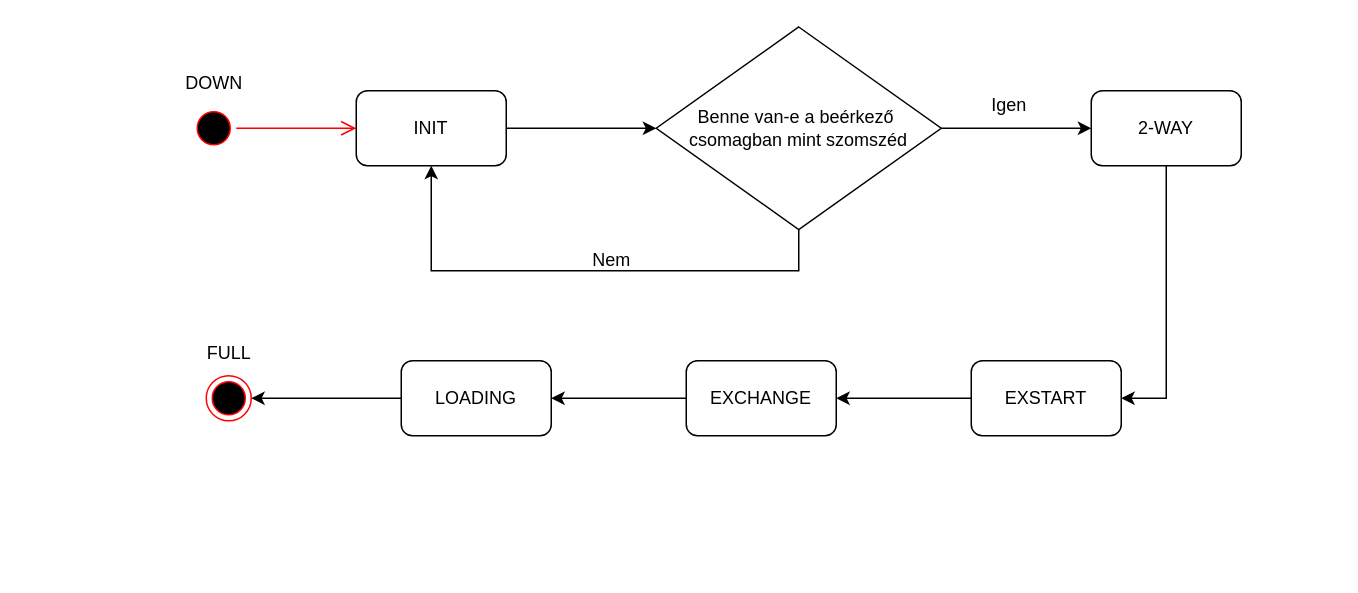
Above: page "allapot_atmenet_diagram" (4 of 5) of documentation/abrak.drawio in x3gan/thesis (draw.io), before the change. Source tidied: cells renumbered, new cells numbered last; positions are measured from the earlier drawing's top-left corner, leaving out a move shared by most shapes. Both pictures are drawn from the tidied source at 150%, with x=0, y=0 at pixel (168, 27).
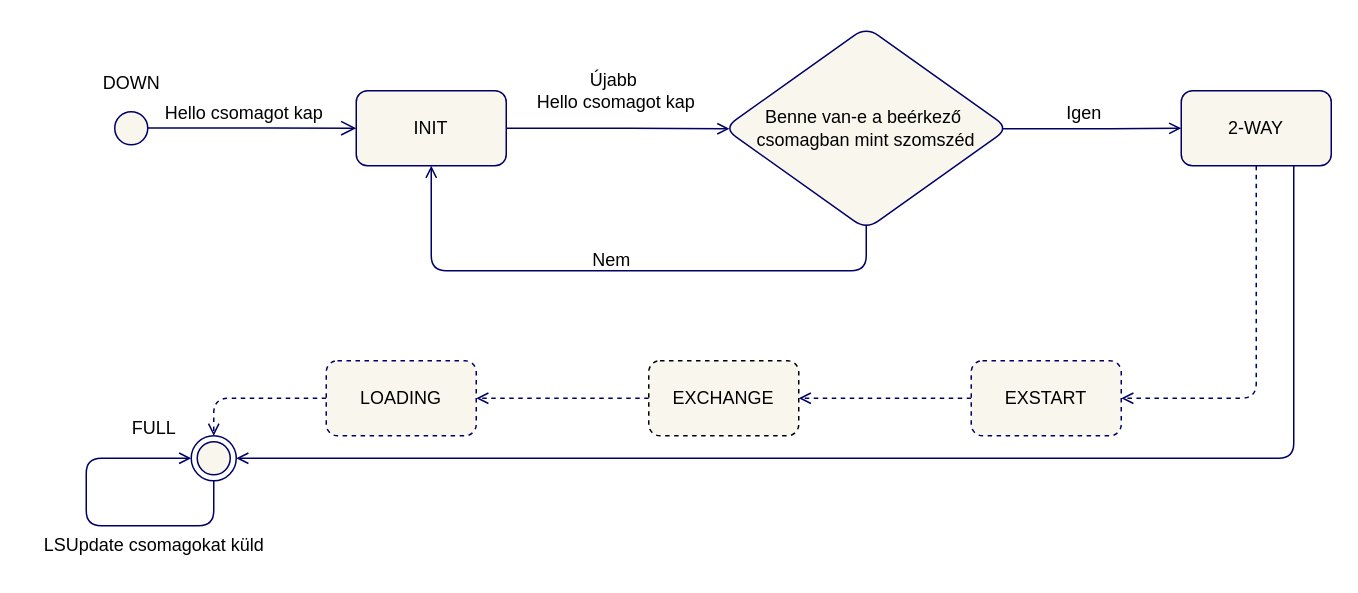
The same diagram, later.

The edit, as a diff of the source:
```diff
@@
-    <mxCell id="2" style="edgeStyle=orthogonalEdgeStyle;html=1;verticalAlign=bottom;endArrow=open;endSize=8;strokeColor=#ff0000;rounded=0;entryX=0;entryY=0.5;entryDx=0;entryDy=0;" parent="1" edge="1" source="15" target="4">
+    <mxCell id="2" style="edgeStyle=orthogonalEdgeStyle;html=1;verticalAlign=middle;endArrow=open;endSize=8;rounded=1;entryX=0;entryY=0.5;entryDx=0;entryDy=0;fillColor=#f9f7ed;exitX=0.86;exitY=0.492;exitDx=0;exitDy=0;exitPerimeter=0;strokeColor=#000066;align=center;fontFamily=Helvetica;fontSize=12;fontColor=default;" parent="1" edge="1" source="15" target="4">
       <mxGeometry relative="1" as="geometry" />
     </mxCell>
-    <mxCell id="3" style="edgeStyle=orthogonalEdgeStyle;rounded=0;jettySize=auto;html=1;entryX=0;entryY=0.5;entryDx=0;entryDy=0;" parent="1" edge="1" source="4" target="5">
+    <mxCell id="3" style="edgeStyle=orthogonalEdgeStyle;rounded=1;jettySize=auto;html=1;entryX=0.02;entryY=0.503;entryDx=0;entryDy=0;fillColor=#f9f7ed;strokeColor=#000066;align=center;verticalAlign=middle;fontFamily=Helvetica;fontSize=12;fontColor=default;entryPerimeter=0;endArrow=open;endFill=0;" parent="1" edge="1" source="4" target="5">
       <mxGeometry relative="1" as="geometry" />
     </mxCell>
-    <mxCell id="4" value="INIT" style="rounded=1;whiteSpace=wrap;html=1;" parent="1" vertex="1">
+    <mxCell id="4" value="INIT" style="rounded=1;whiteSpace=wrap;html=1;fillColor=#f9f7ed;strokeColor=#000066;" parent="1" vertex="1">
       <mxGeometry x="125" y="42" width="100" height="50" as="geometry" />
     </mxCell>
-    <mxCell id="5" value="Benne van-e a beérkező&amp;nbsp;&lt;div&gt;csomagban mint szomszéd&lt;/div&gt;" style="rhombus;whiteSpace=wrap;html=1;" parent="1" vertex="1">
-      <mxGeometry x="325" y="-0.5" width="190" height="135" as="geometry" />
+    <mxCell id="5" value="Benne van-e a beérkező&amp;nbsp;&lt;div&gt;csomagban mint szomszéd&lt;/div&gt;" style="rhombus;whiteSpace=wrap;html=1;fillColor=#f9f7ed;rounded=1;strokeColor=#000066;align=center;verticalAlign=middle;fontFamily=Helvetica;fontSize=12;fontColor=default;" parent="1" vertex="1">
+      <mxGeometry x="370" y="-0.5" width="190" height="135" as="geometry" />
     </mxCell>
-    <mxCell id="6" style="edgeStyle=orthogonalEdgeStyle;rounded=0;jettySize=auto;html=1;" parent="1" edge="1" source="7" target="13">
+    <mxCell id="6" style="edgeStyle=orthogonalEdgeStyle;rounded=1;jettySize=auto;html=1;fillColor=#f9f7ed;strokeColor=#000066;align=center;verticalAlign=middle;fontFamily=Helvetica;fontSize=12;fontColor=default;dashed=1;endArrow=open;endFill=0;" parent="1" edge="1" source="7" target="13">
       <mxGeometry relative="1" as="geometry" />
     </mxCell>
-    <mxCell id="7" value="EXCHANGE" style="rounded=1;whiteSpace=wrap;html=1;" parent="1" vertex="1">
-      <mxGeometry x="345" y="222" width="100" height="50" as="geometry" />
+    <mxCell id="7" value="EXCHANGE" style="rounded=1;whiteSpace=wrap;html=1;fillColor=#f9f7ed;strokeColor=default;align=center;verticalAlign=middle;fontFamily=Helvetica;fontSize=12;fontColor=default;dashed=1;" parent="1" vertex="1">
+      <mxGeometry x="320" y="222" width="100" height="50" as="geometry" />
     </mxCell>
-    <mxCell id="8" style="edgeStyle=orthogonalEdgeStyle;rounded=0;jettySize=auto;html=1;entryX=1;entryY=0.5;entryDx=0;entryDy=0;" parent="1" edge="1" source="9" target="7">
+    <mxCell id="8" style="edgeStyle=orthogonalEdgeStyle;rounded=1;jettySize=auto;html=1;entryX=1;entryY=0.5;entryDx=0;entryDy=0;fillColor=#f9f7ed;strokeColor=#000066;align=center;verticalAlign=middle;fontFamily=Helvetica;fontSize=12;fontColor=default;dashed=1;endArrow=open;endFill=0;" parent="1" edge="1" source="9" target="7">
       <mxGeometry relative="1" as="geometry" />
     </mxCell>
-    <mxCell id="9" value="EXSTART" style="rounded=1;whiteSpace=wrap;html=1;" parent="1" vertex="1">
+    <mxCell id="9" value="EXSTART" style="rounded=1;whiteSpace=wrap;html=1;fillColor=#f9f7ed;strokeColor=#000066;align=center;verticalAlign=middle;fontFamily=Helvetica;fontSize=12;fontColor=default;gradientColor=none;dashed=1;" parent="1" vertex="1">
       <mxGeometry x="535" y="222" width="100" height="50" as="geometry" />
     </mxCell>
-    <mxCell id="10" style="edgeStyle=orthogonalEdgeStyle;rounded=0;jettySize=auto;html=1;entryX=1;entryY=0.5;entryDx=0;entryDy=0;" parent="1" edge="1" source="11" target="9">
-      <mxGeometry relative="1" as="geometry" />
+    <mxCell id="10" style="edgeStyle=orthogonalEdgeStyle;rounded=1;jettySize=auto;html=1;entryX=1;entryY=0.5;entryDx=0;entryDy=0;fillColor=#f9f7ed;strokeColor=#000066;align=center;verticalAlign=middle;fontFamily=Helvetica;fontSize=12;fontColor=default;dashed=1;endArrow=open;endFill=0;" parent="1" edge="1" source="11" target="9">
+      <mxGeometry relative="1" as="geometry">
+        <Array as="points">
+          <mxPoint x="725" y="247" />
+        </Array>
+      </mxGeometry>
     </mxCell>
-    <mxCell id="11" value="2-WAY" style="rounded=1;whiteSpace=wrap;html=1;" parent="1" vertex="1">
-      <mxGeometry x="615" y="42" width="100" height="50" as="geometry" />
+    <mxCell id="11" value="2-WAY" style="rounded=1;whiteSpace=wrap;html=1;fillColor=#f9f7ed;strokeColor=#000066;align=center;verticalAlign=middle;fontFamily=Helvetica;fontSize=12;fontColor=default;" parent="1" vertex="1">
+      <mxGeometry x="675" y="42" width="100" height="50" as="geometry" />
     </mxCell>
-    <mxCell id="12" style="edgeStyle=orthogonalEdgeStyle;rounded=0;jettySize=auto;html=1;entryX=1;entryY=0.5;entryDx=0;entryDy=0;" parent="1" edge="1" source="13" target="18">
+    <mxCell id="12" style="edgeStyle=orthogonalEdgeStyle;rounded=1;jettySize=auto;html=1;entryX=0.5;entryY=0;entryDx=0;entryDy=0;fillColor=#f9f7ed;strokeColor=#000066;align=center;verticalAlign=middle;fontFamily=Helvetica;fontSize=12;fontColor=default;dashed=1;endArrow=open;endFill=0;" parent="1" edge="1" source="13" target="18">
       <mxGeometry relative="1" as="geometry" />
     </mxCell>
-    <mxCell id="13" value="LOADING" style="rounded=1;whiteSpace=wrap;html=1;" parent="1" vertex="1">
-      <mxGeometry x="155" y="222" width="100" height="50" as="geometry" />
+    <mxCell id="13" value="LOADING" style="rounded=1;whiteSpace=wrap;html=1;fillColor=#f9f7ed;strokeColor=#000066;align=center;verticalAlign=middle;fontFamily=Helvetica;fontSize=12;fontColor=default;dashed=1;" parent="1" vertex="1">
+      <mxGeometry x="105" y="222" width="100" height="50" as="geometry" />
     </mxCell>
-    <mxCell id="14" style="group;" parent="1" vertex="1">
-      <mxGeometry y="22" width="60" height="60" as="geometry" />
+    <mxCell id="14" style="group;fillColor=none;" parent="1" vertex="1">
+      <mxGeometry x="-55" y="22" width="60" height="60" as="geometry" />
     </mxCell>
-    <mxCell id="15" style="ellipse;html=1;shape=startState;fillColor=#000000;strokeColor=#ff0000;" parent="14" vertex="1">
+    <mxCell id="15" style="ellipse;html=1;shape=startState;fillColor=#f9f7ed;strokeColor=#000066;rounded=1;align=center;verticalAlign=middle;fontFamily=Helvetica;fontSize=12;fontColor=default;" parent="14" vertex="1">
       <mxGeometry x="15" y="30" width="30" height="30" as="geometry" />
     </mxCell>
-    <mxCell id="16" value="DOWN" style="text;html=1;align=center;verticalAlign=middle;strokeColor=none;fillColor=none;" parent="14" vertex="1">
+    <mxCell id="16" value="DOWN" style="text;html=1;align=center;verticalAlign=middle;fillColor=none;" parent="14" vertex="1">
       <mxGeometry width="60" height="30" as="geometry" />
     </mxCell>
-    <mxCell id="17" style="group;" parent="1" vertex="1">
-      <mxGeometry x="15" y="202" width="50" height="60" as="geometry" />
-    </mxCell>
-    <mxCell id="18" style="ellipse;html=1;shape=endState;fillColor=#000000;strokeColor=#ff0000;" parent="17" vertex="1">
-      <mxGeometry x="10" y="30" width="30" height="30" as="geometry" />
-    </mxCell>
-    <mxCell id="19" value="FULL" style="text;html=1;align=center;verticalAlign=middle;strokeColor=none;fillColor=none;" parent="17" vertex="1">
-      <mxGeometry width="50" height="30" as="geometry" />
-    </mxCell>
-    <mxCell id="20" style="group;" parent="1" vertex="1">
+    <mxCell id="20" style="group;fillColor=none;" parent="1" vertex="1">
       <mxGeometry x="175" y="140" width="245" height="30" as="geometry" />
     </mxCell>
-    <mxCell id="21" style="edgeStyle=orthogonalEdgeStyle;rounded=0;jettySize=auto;html=1;entryX=0.5;entryY=1;entryDx=0;entryDy=0;" parent="20" edge="1" source="5" target="4">
+    <mxCell id="21" style="edgeStyle=orthogonalEdgeStyle;rounded=1;jettySize=auto;html=1;entryX=0.5;entryY=1;entryDx=0;entryDy=0;fillColor=#f9f7ed;strokeColor=#000066;align=center;verticalAlign=middle;fontFamily=Helvetica;fontSize=12;fontColor=default;exitX=0.5;exitY=0.976;exitDx=0;exitDy=0;exitPerimeter=0;endArrow=open;endFill=0;" parent="20" edge="1" source="5" target="4">
       <mxGeometry relative="1" as="geometry">
         <Array as="points">
-          <mxPoint x="245" y="22" />
+          <mxPoint x="290" y="22" />
           <mxPoint y="22" />
         </Array>
       </mxGeometry>
     </mxCell>
-    <mxCell id="22" value="Nem" style="text;html=1;align=center;verticalAlign=middle;strokeColor=none;fillColor=none;" parent="20" vertex="1">
+    <mxCell id="22" value="Nem" style="text;html=1;align=center;verticalAlign=middle;fillColor=none;" parent="20" vertex="1">
       <mxGeometry x="95" width="50" height="30" as="geometry" />
     </mxCell>
-    <mxCell id="23" style="group;" parent="1" vertex="1">
-      <mxGeometry x="535" y="37" width="50" height="30" as="geometry" />
-    </mxCell>
+    <mxCell id="26" style="endArrow=open;html=1;rounded=1;exitX=0.75;exitY=1;exitDx=0;exitDy=0;entryX=1;entryY=0.5;entryDx=0;entryDy=0;strokeColor=#000066;align=center;verticalAlign=middle;fontFamily=Helvetica;fontSize=12;fontColor=default;labelBackgroundColor=default;fillColor=#f9f7ed;endFill=0;curved=0;" parent="1" edge="1" source="11" target="18">
+      <mxGeometry relative="1" as="geometry">
+        <Array as="points">
+          <mxPoint x="750" y="287" />
+          <mxPoint x="685" y="287" />
+        </Array>
+      </mxGeometry>
+    </mxCell>
+    <mxCell id="27" value="Hello csomagot kap" style="text;html=1;align=center;verticalAlign=middle;strokeColor=none;fillColor=none;" parent="1" vertex="1">
+      <mxGeometry x="-15" y="42" width="130" height="30" as="geometry" />
+    </mxCell>
+    <mxCell id="28" value="Újabb&amp;nbsp;&lt;div&gt;Hello csomagot kap&lt;/div&gt;" style="text;html=1;align=center;verticalAlign=middle;strokeColor=none;fillColor=none;" parent="1" vertex="1">
+      <mxGeometry x="232.5" y="22" width="130" height="40" as="geometry" />
+    </mxCell>
+    <mxCell id="25" value="Igen" style="text;html=1;align=center;verticalAlign=middle;strokeColor=none;fillColor=none;" parent="1" vertex="1">
+      <mxGeometry x="585" y="42" width="50" height="30" as="geometry" />
+    </mxCell>
-    <mxCell id="24" style="edgeStyle=orthogonalEdgeStyle;rounded=0;jettySize=auto;html=1;exitX=1;exitY=0.5;exitDx=0;exitDy=0;" parent="23" edge="1" source="5" target="11">
+    <mxCell id="24" style="edgeStyle=orthogonalEdgeStyle;rounded=1;jettySize=auto;html=1;fillColor=#f9f7ed;strokeColor=#000066;align=center;verticalAlign=middle;fontFamily=Helvetica;fontSize=12;fontColor=default;endArrow=open;endFill=0;exitX=0.976;exitY=0.503;exitDx=0;exitDy=0;exitPerimeter=0;entryX=0;entryY=0.5;entryDx=0;entryDy=0;" parent="1" edge="1" source="5" target="11">
       <mxGeometry relative="1" as="geometry" />
     </mxCell>
-    <mxCell id="25" value="Igen" style="text;html=1;align=center;verticalAlign=middle;strokeColor=none;fillColor=none;" parent="23" vertex="1">
-      <mxGeometry width="50" height="30" as="geometry" />
-    </mxCell>
+    <mxCell id="18" style="ellipse;html=1;shape=endState;fillColor=#f9f7ed;rounded=1;strokeColor=#000066;align=center;verticalAlign=middle;fontFamily=Helvetica;fontSize=12;fontColor=default;" parent="1" vertex="1">
+      <mxGeometry x="15" y="272" width="30" height="30" as="geometry" />
+    </mxCell>
+    <mxCell id="19" value="FULL" style="text;html=1;align=center;verticalAlign=middle;fillColor=none;" parent="1" vertex="1">
+      <mxGeometry x="-35" y="252" width="50" height="30" as="geometry" />
+    </mxCell>
+    <mxCell id="29" style="endArrow=open;html=1;rounded=1;exitX=0.5;exitY=1;exitDx=0;exitDy=0;entryX=0;entryY=0.5;entryDx=0;entryDy=0;strokeColor=#000066;align=center;verticalAlign=middle;fontFamily=Helvetica;fontSize=12;fontColor=default;labelBackgroundColor=default;endFill=0;fillColor=#f9f7ed;" parent="1" edge="1" source="18" target="18">
+      <mxGeometry relative="1" as="geometry">
+        <Array as="points">
+          <mxPoint x="30" y="332" />
+          <mxPoint x="-55" y="332" />
+          <mxPoint x="-55" y="287" />
+          <mxPoint x="-15" y="287" />
+        </Array>
+      </mxGeometry>
+    </mxCell>
+    <mxCell id="30" value="LSUpdate csomagokat küld" style="text;html=1;align=center;verticalAlign=middle;strokeColor=none;fillColor=none;" parent="1" vertex="1">
+      <mxGeometry x="-95" y="330" width="170" height="30" as="geometry" />
+    </mxCell>
```
